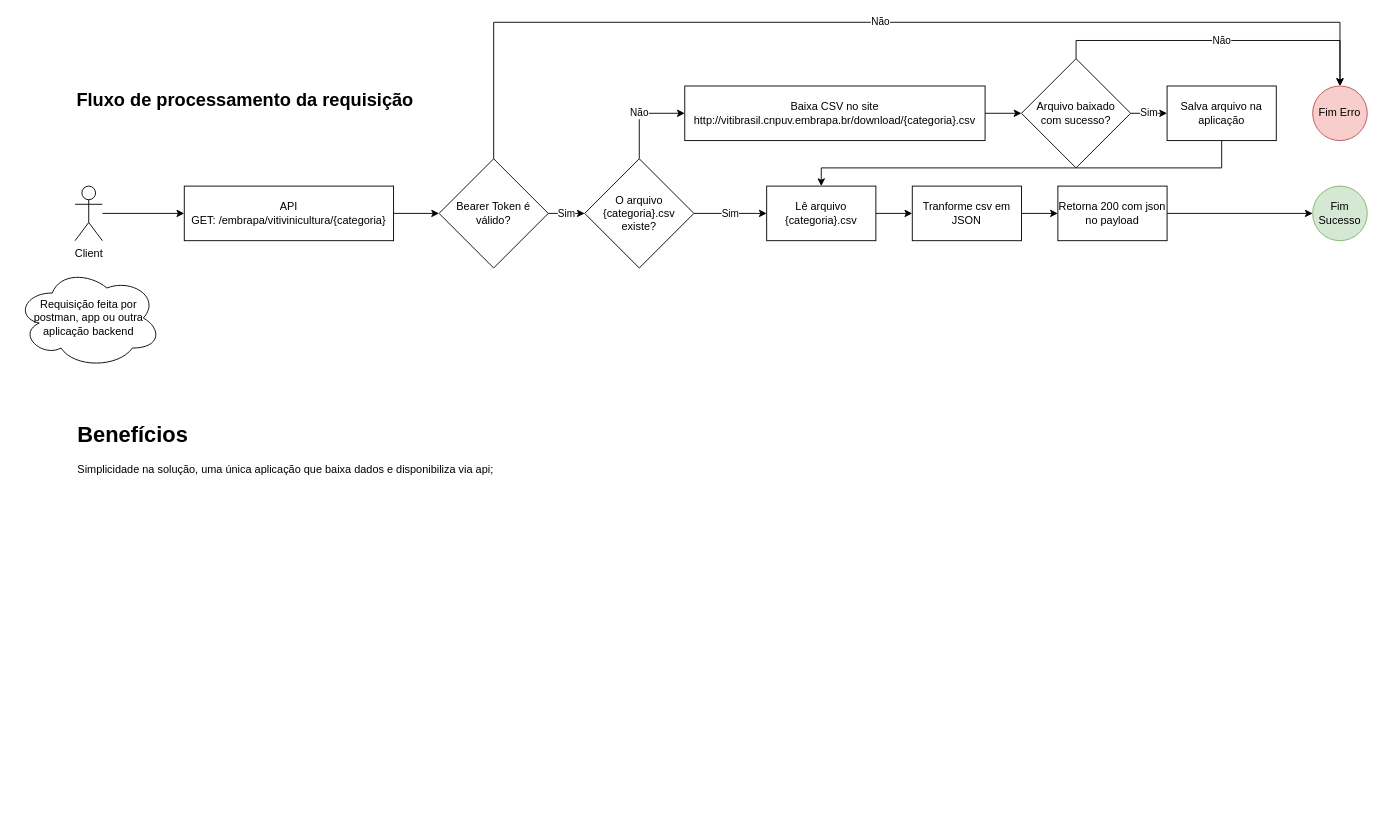
Before: arquitetura.drawio in rodrigorizandobr/fiap-tech-challenge-1, a draw.io diagram. Source tidied: cells renumbered, new cells numbered last; positions are measured from the earlier drawing's top-left corner, leaving out a move shared by most shapes. Both pictures are drawn from the tidied source at 91%, with x=0, y=0 at pixel (15, 22).
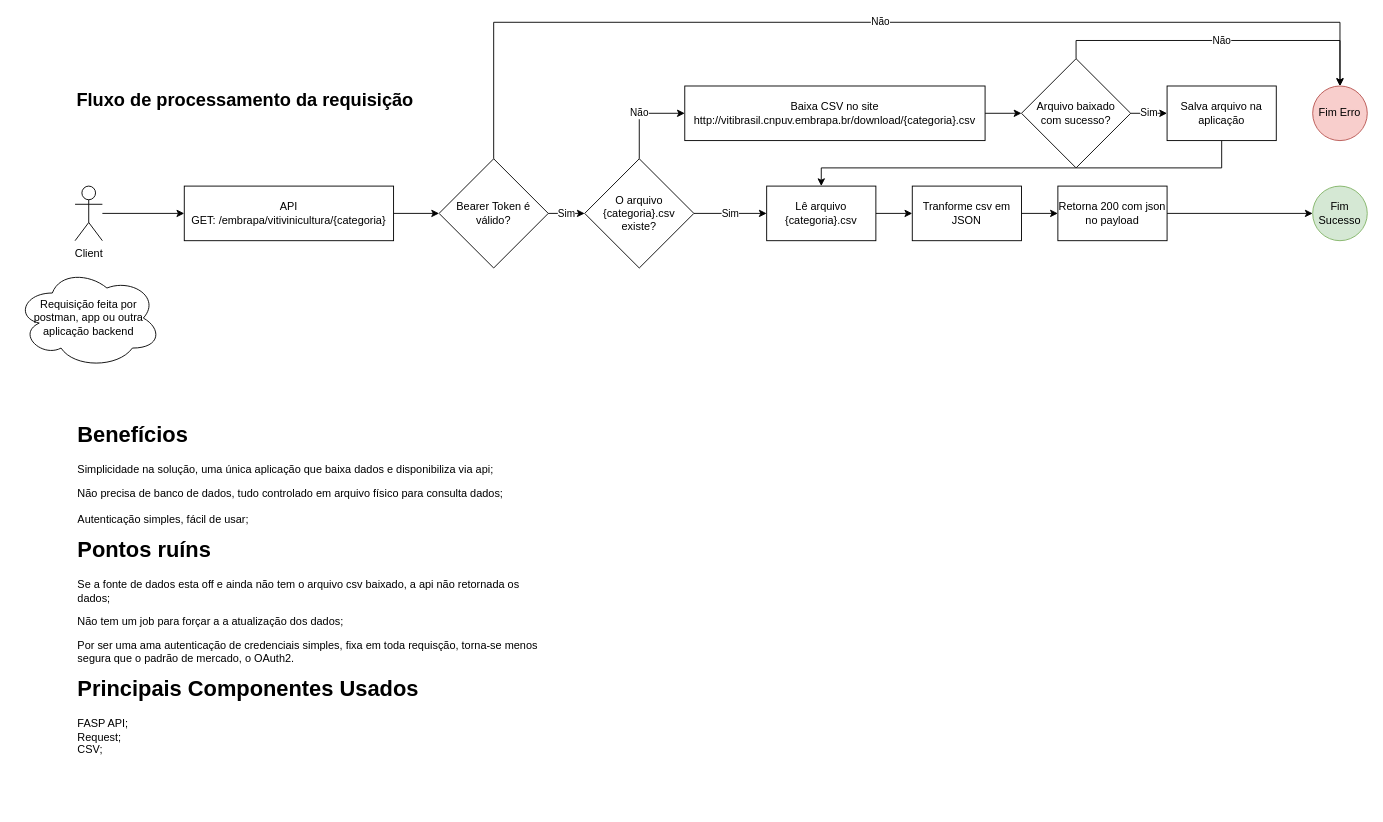
The same page after the edit.

Commit message (it also covers changes not shown here):
arquivo ensinando como executar a aplicação

Diff of the diagram source:
```diff
@@
-    <mxCell id="29" value="&lt;h1 style=&quot;margin-top: 0px;&quot;&gt;Benefícios&lt;/h1&gt;&lt;p&gt;Simplicidade na solução, uma única aplicação que baixa dados e disponibiliza via api;&lt;/p&gt;" style="text;html=1;whiteSpace=wrap;overflow=hidden;rounded=0;" parent="1" vertex="1">
-      <mxGeometry x="66" y="433" width="511" height="307" as="geometry" />
+    <mxCell id="29" value="&lt;h1 style=&quot;margin-top: 0px;&quot;&gt;Benefícios&lt;/h1&gt;&lt;p&gt;Simplicidade na solução, uma única aplicação que baixa dados e disponibiliza via api;&lt;/p&gt;&lt;p&gt;Não precisa de banco de dados, tudo controlado em arquivo físico para consulta dados;&lt;br&gt;&lt;br&gt;Autenticação simples, fácil de usar;&lt;/p&gt;&lt;h1 style=&quot;margin-top: 0px;&quot;&gt;Pontos ruíns&lt;/h1&gt;&lt;p&gt;Se a fonte de dados esta off e ainda não tem o arquivo csv baixado, a api não retornada os dados;&lt;/p&gt;&lt;p&gt;Não tem um job para forçar a a atualização dos dados;&lt;/p&gt;&lt;p&gt;Por ser uma ama autenticação de credenciais simples, fixa em toda requisção, torna-se menos segura que o padrão de mercado, o OAuth2.&lt;/p&gt;&lt;h1 style=&quot;margin-top: 0px;&quot;&gt;Principais Componentes Usados&lt;/h1&gt;&lt;p&gt;FASP API;&lt;br&gt;Request;&lt;br&gt;CSV;&lt;/p&gt;&lt;p&gt;&lt;br&gt;&lt;/p&gt;" style="text;html=1;whiteSpace=wrap;overflow=hidden;rounded=0;" parent="1" vertex="1">
+      <mxGeometry x="66" y="433" width="511" height="425" as="geometry" />
     </mxCell>
```
